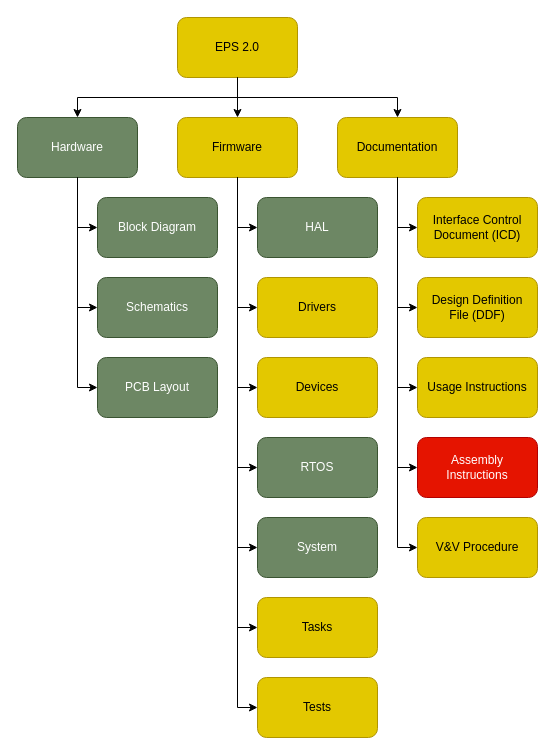
Above: doc/figures/product-tree.drawio in spacelab-ufsc/eps2 (draw.io), before the change. Source tidied: cells renumbered, new cells numbered last; positions are measured from the earlier drawing's top-left corner, leaving out a move shared by most shapes. Both pictures are drawn from the tidied source at 100%, with x=0, y=0 at pixel (17, 17).
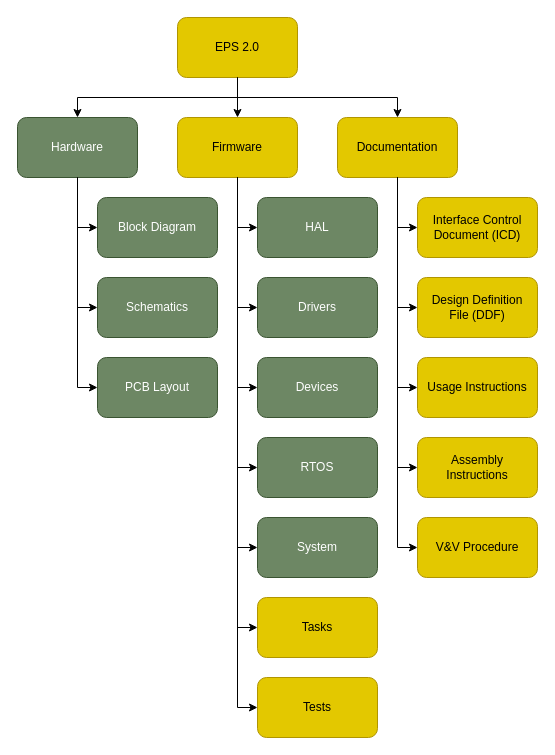
Above is the later version.

What changed in the source:
```diff
@@
-    <mxCell id="18" value="Drivers" style="rounded=1;whiteSpace=wrap;html=1;fillColor=#e3c800;fontColor=#000000;strokeColor=#B09500;" parent="1" vertex="1">
+    <mxCell id="18" value="Drivers" style="rounded=1;whiteSpace=wrap;html=1;fillColor=#6D8764;fontColor=#FFFFFF;strokeColor=#3A5431;" parent="1" vertex="1">
       <mxGeometry x="240" y="260" width="120" height="60" as="geometry" />
     </mxCell>
-    <mxCell id="19" value="Devices" style="rounded=1;whiteSpace=wrap;html=1;fillColor=#e3c800;fontColor=#000000;strokeColor=#B09500;" parent="1" vertex="1">
+    <mxCell id="19" value="Devices" style="rounded=1;whiteSpace=wrap;html=1;fillColor=#6D8764;fontColor=#FFFFFF;strokeColor=#3A5431;" parent="1" vertex="1">
       <mxGeometry x="240" y="340" width="120" height="60" as="geometry" />
     </mxCell>
@@
-    <mxCell id="33" value="Assembly&lt;br&gt;Instructions" style="rounded=1;whiteSpace=wrap;html=1;fillColor=#e51400;fontColor=#ffffff;strokeColor=#B20000;" parent="1" vertex="1">
+    <mxCell id="33" value="Assembly&lt;br&gt;Instructions" style="rounded=1;whiteSpace=wrap;html=1;fillColor=#E3C800;fontColor=#000000;strokeColor=#B09500;" parent="1" vertex="1">
       <mxGeometry x="400" y="420" width="120" height="60" as="geometry" />
     </mxCell>
```
